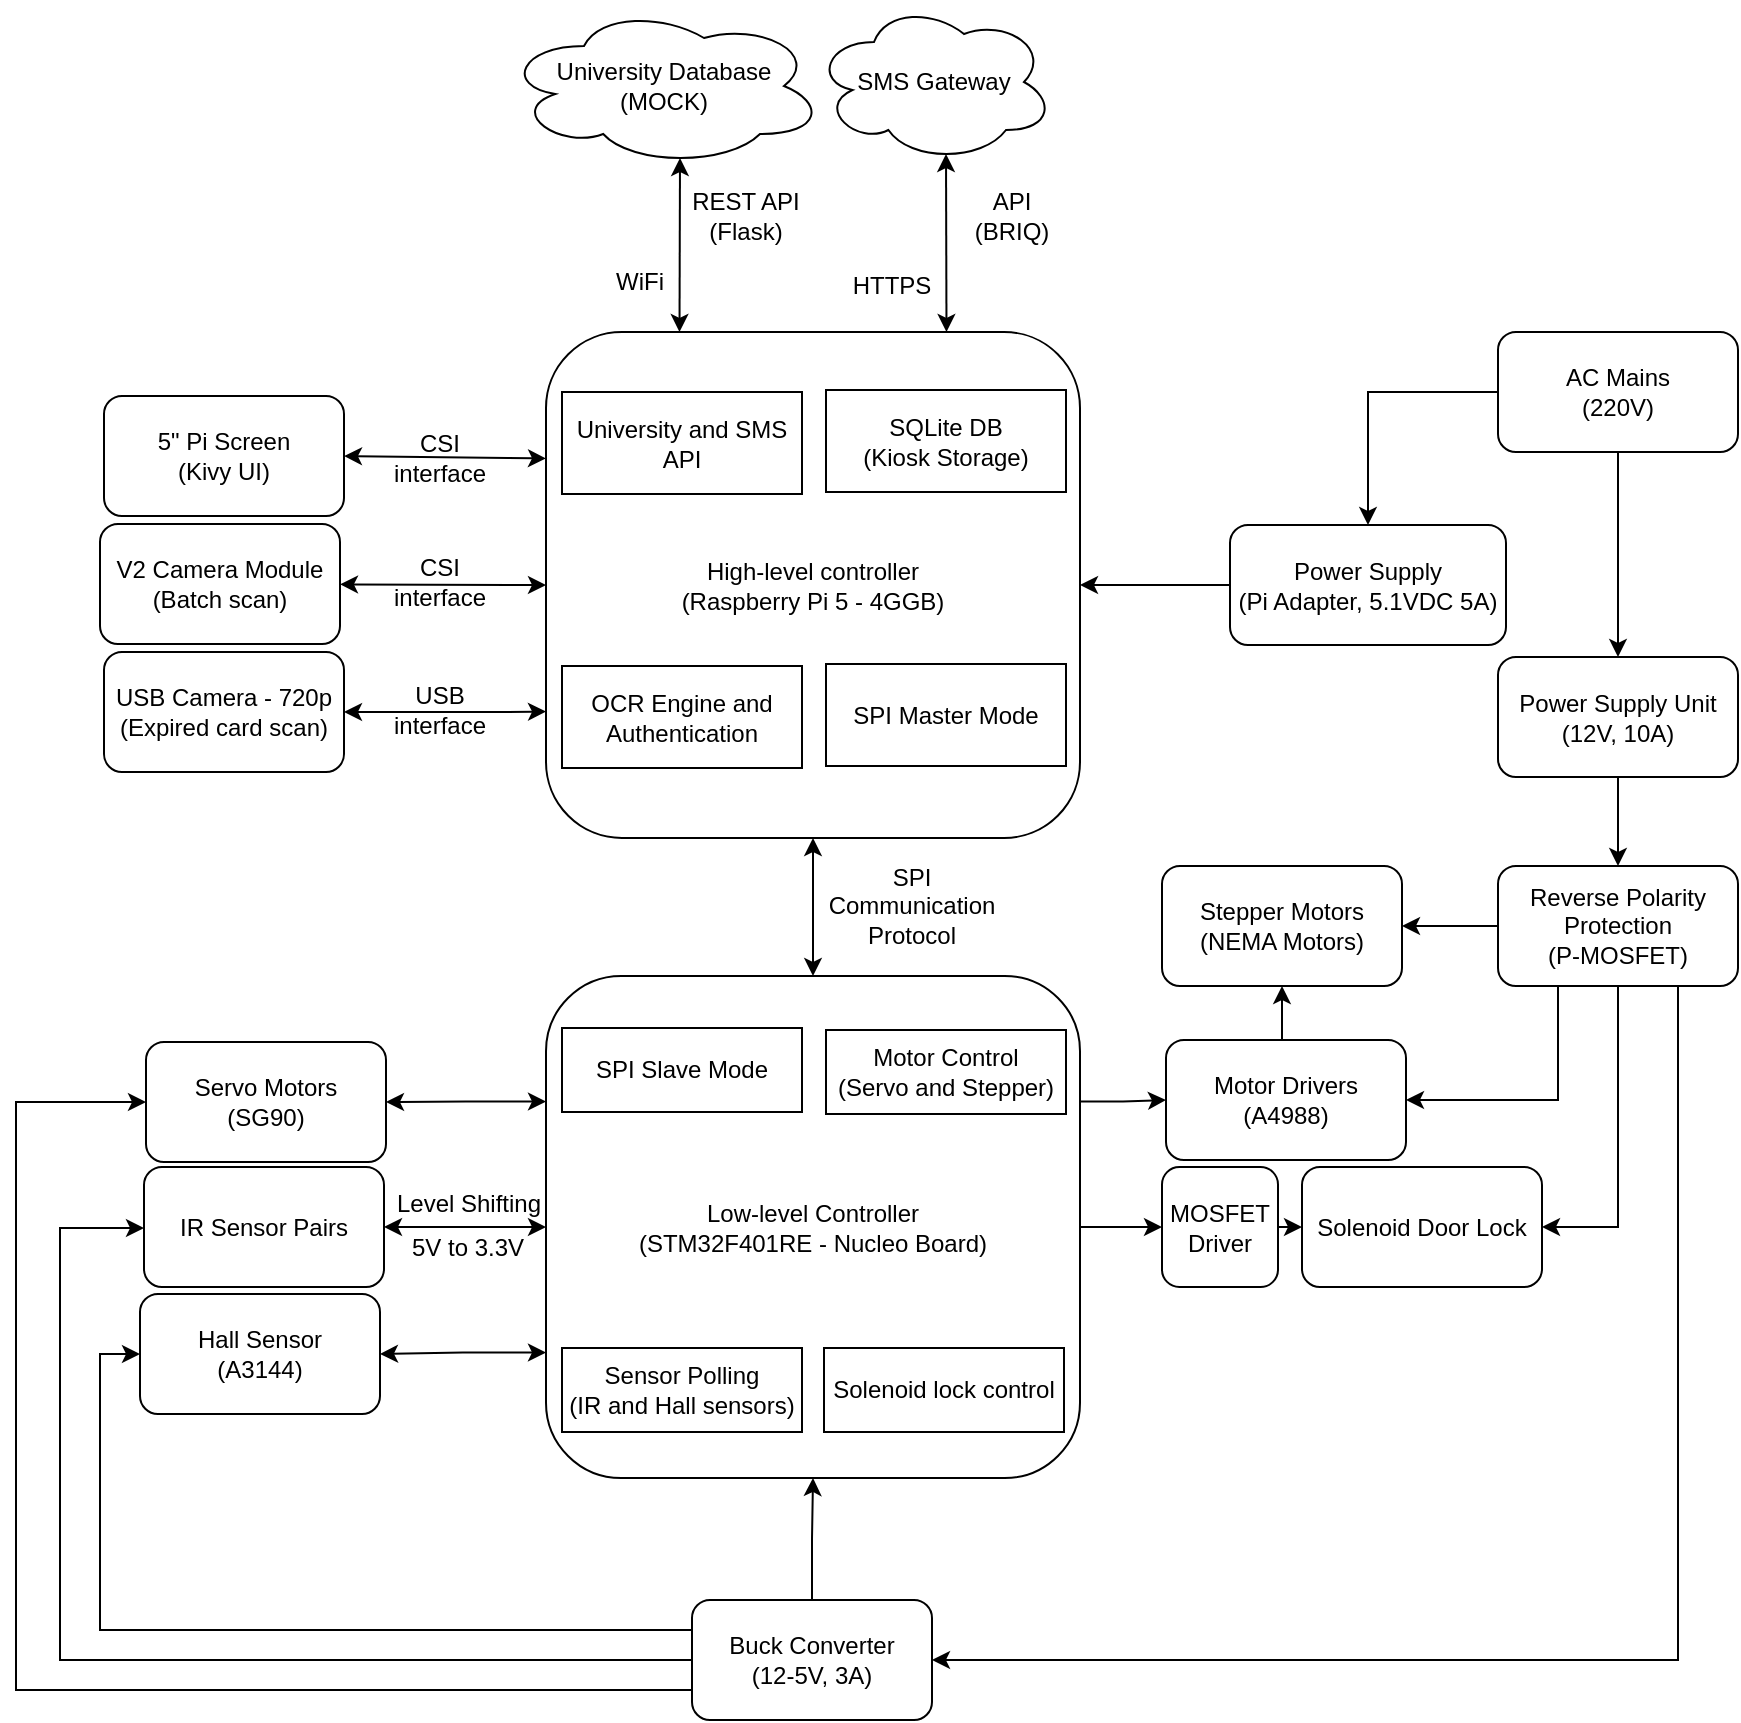
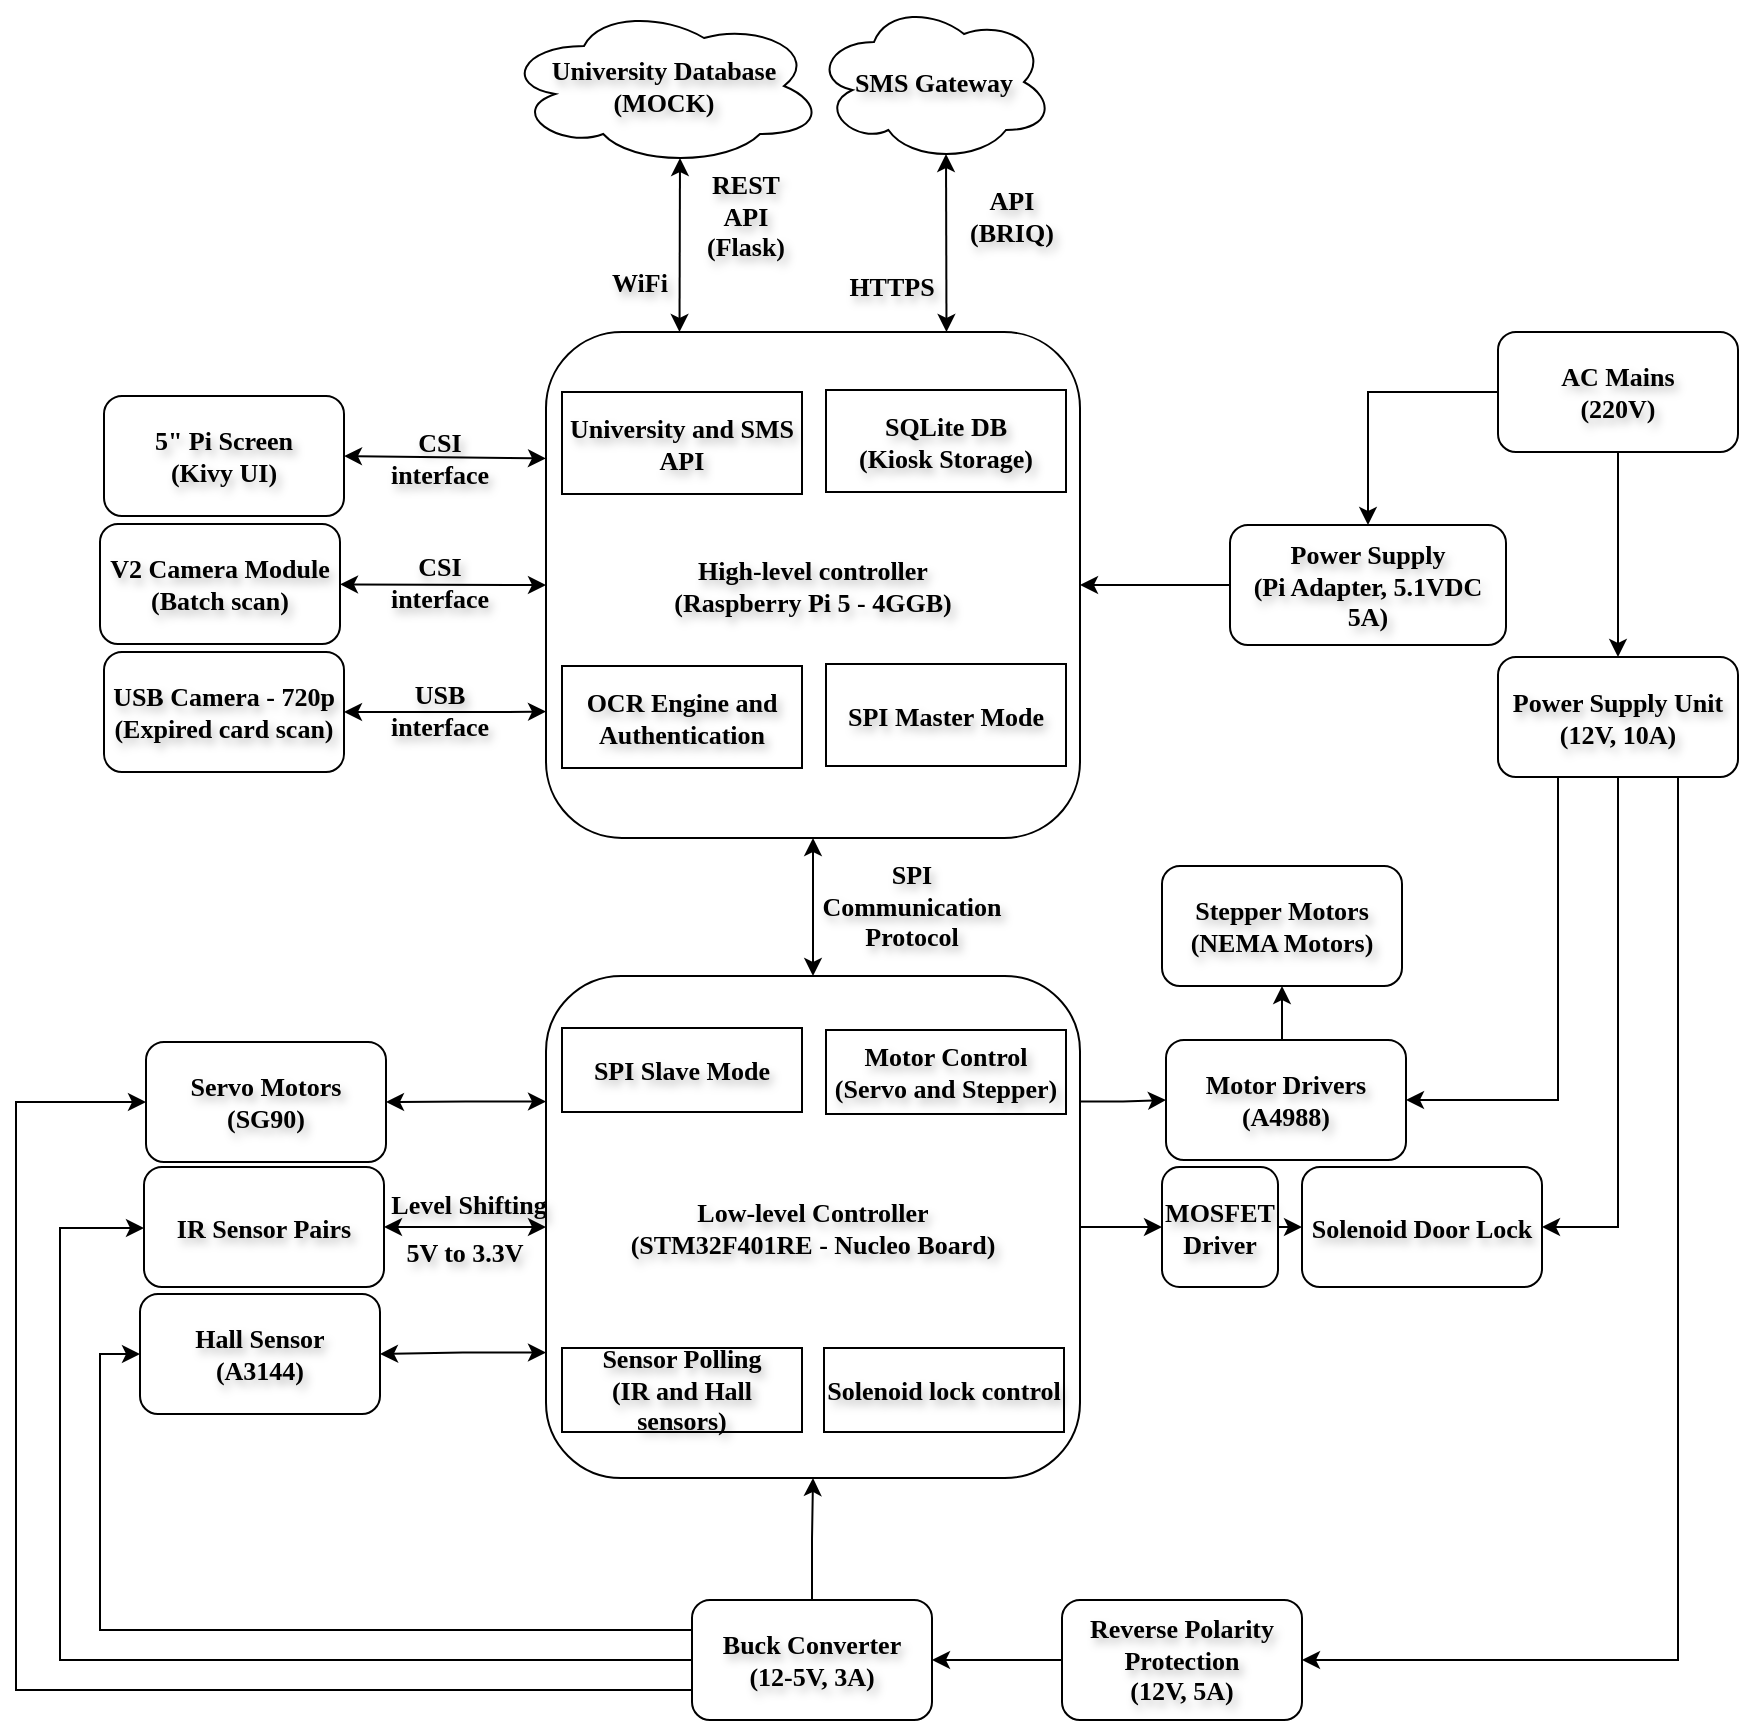
<mxfile host="app.diagrams.net" agent="Mozilla/5.0 (X11; Ubuntu; Linux x86_64; rv:149.0) Gecko/20100101 Firefox/149.0">
  <diagram name="Page-1" id="mYuc8prQHcMQJXzWvvm3">
-     <mxGraphModel dx="1488" dy="1664" grid="1" gridSize="1" guides="1" tooltips="1" connect="1" arrows="1" fold="1" page="1" pageScale="1" pageWidth="1169" pageHeight="827" math="0" shadow="0">
+     <mxGraphModel dx="1047" dy="1416" grid="1" gridSize="1" guides="1" tooltips="1" connect="1" arrows="1" fold="1" page="1" pageScale="1" pageWidth="1169" pageHeight="827" math="0" shadow="0">
      <root>
        <mxCell id="0" />
        <mxCell id="1" parent="0" />
-         <mxCell id="GvGBzjtlAZ09NPVF7C73-2" parent="1" style="whiteSpace=wrap;html=1;rounded=1;align=center;" value="&lt;div align=&quot;center&quot;&gt;High-level controller&lt;br&gt;&lt;div&gt;(Raspberry Pi 5 - 4GGB)&lt;/div&gt;&lt;/div&gt;" vertex="1">
+         <mxCell id="GvGBzjtlAZ09NPVF7C73-2" parent="1" style="whiteSpace=wrap;html=1;rounded=1;align=center;fontFamily=Times New Roman;fontStyle=1;fontSize=13;labelBackgroundColor=none;textShadow=1;" value="&lt;div align=&quot;center&quot;&gt;High-level controller&lt;br&gt;&lt;div&gt;(Raspberry Pi 5 - 4GGB)&lt;/div&gt;&lt;/div&gt;" vertex="1">
          <mxGeometry height="253" width="267" x="406.99999999999994" y="-406" as="geometry" />
        </mxCell>
-         <mxCell id="GvGBzjtlAZ09NPVF7C73-4" parent="1" style="ellipse;shape=cloud;whiteSpace=wrap;html=1;" value="University Database&lt;br&gt;(MOCK)" vertex="1">
+         <mxCell id="GvGBzjtlAZ09NPVF7C73-4" parent="1" style="ellipse;shape=cloud;whiteSpace=wrap;html=1;fontFamily=Times New Roman;fontStyle=1;fontSize=13;labelBackgroundColor=none;textShadow=1;" value="University Database&lt;br&gt;(MOCK)" vertex="1">
          <mxGeometry height="80" width="160" x="385.99999999999994" y="-569" as="geometry" />
        </mxCell>
-         <mxCell id="GvGBzjtlAZ09NPVF7C73-6" parent="1" style="text;html=1;whiteSpace=wrap;strokeColor=none;fillColor=none;align=center;verticalAlign=middle;rounded=0;" value="&lt;div&gt;REST API&lt;/div&gt;&lt;div&gt;(Flask)&lt;/div&gt;" vertex="1">
+         <mxCell id="GvGBzjtlAZ09NPVF7C73-6" parent="1" style="text;html=1;whiteSpace=wrap;strokeColor=none;fillColor=none;align=center;verticalAlign=middle;rounded=0;fontFamily=Times New Roman;fontStyle=1;fontSize=13;labelBackgroundColor=none;textShadow=1;" value="&lt;div&gt;REST API&lt;/div&gt;&lt;div&gt;(Flask)&lt;/div&gt;" vertex="1">
          <mxGeometry height="30" width="60" x="476.99999999999994" y="-479" as="geometry" />
        </mxCell>
-         <mxCell id="GvGBzjtlAZ09NPVF7C73-7" parent="1" style="text;html=1;whiteSpace=wrap;strokeColor=none;fillColor=none;align=center;verticalAlign=middle;rounded=0;" value="&lt;div&gt;WiFi&lt;/div&gt;" vertex="1">
+         <mxCell id="GvGBzjtlAZ09NPVF7C73-7" parent="1" style="text;html=1;whiteSpace=wrap;strokeColor=none;fillColor=none;align=center;verticalAlign=middle;rounded=0;fontFamily=Times New Roman;fontStyle=1;fontSize=13;labelBackgroundColor=none;textShadow=1;" value="&lt;div&gt;WiFi&lt;/div&gt;" vertex="1">
          <mxGeometry height="30" width="60" x="423.99999999999994" y="-446" as="geometry" />
        </mxCell>
-         <mxCell id="GvGBzjtlAZ09NPVF7C73-8" parent="1" style="rounded=1;whiteSpace=wrap;html=1;" value="&lt;div&gt;5&quot; Pi Screen&lt;/div&gt;&lt;div&gt;(Kivy UI)&lt;/div&gt;" vertex="1">
+         <mxCell id="GvGBzjtlAZ09NPVF7C73-8" parent="1" style="rounded=1;whiteSpace=wrap;html=1;fontFamily=Times New Roman;fontStyle=1;fontSize=13;labelBackgroundColor=none;textShadow=1;" value="&lt;div&gt;5&quot; Pi Screen&lt;/div&gt;&lt;div&gt;(Kivy UI)&lt;/div&gt;" vertex="1">
          <mxGeometry height="60" width="120" x="185.99999999999994" y="-374" as="geometry" />
        </mxCell>
-         <mxCell id="GvGBzjtlAZ09NPVF7C73-9" parent="1" style="rounded=1;whiteSpace=wrap;html=1;" value="V2 Camera Module&lt;br&gt;&lt;div&gt;(Batch scan)&lt;/div&gt;" vertex="1">
+         <mxCell id="GvGBzjtlAZ09NPVF7C73-9" parent="1" style="rounded=1;whiteSpace=wrap;html=1;fontFamily=Times New Roman;fontStyle=1;fontSize=13;labelBackgroundColor=none;textShadow=1;" value="V2 Camera Module&lt;br&gt;&lt;div&gt;(Batch scan)&lt;/div&gt;" vertex="1">
          <mxGeometry height="60" width="120" x="183.99999999999994" y="-310" as="geometry" />
        </mxCell>
-         <mxCell id="GvGBzjtlAZ09NPVF7C73-10" parent="1" style="rounded=1;whiteSpace=wrap;html=1;" value="&lt;div&gt;USB Camera - 720p&lt;/div&gt;&lt;div&gt;(Expired card scan)&lt;/div&gt;" vertex="1">
+         <mxCell id="GvGBzjtlAZ09NPVF7C73-10" parent="1" style="rounded=1;whiteSpace=wrap;html=1;fontFamily=Times New Roman;fontStyle=1;fontSize=13;labelBackgroundColor=none;textShadow=1;" value="&lt;div&gt;USB Camera - 720p&lt;/div&gt;&lt;div&gt;(Expired card scan)&lt;/div&gt;" vertex="1">
          <mxGeometry height="60" width="120" x="185.99999999999994" y="-246" as="geometry" />
        </mxCell>
-         <mxCell id="GvGBzjtlAZ09NPVF7C73-18" parent="1" style="text;html=1;whiteSpace=wrap;strokeColor=none;fillColor=none;align=center;verticalAlign=middle;rounded=0;" value="&lt;div&gt;USB interface&lt;/div&gt;" vertex="1">
+         <mxCell id="GvGBzjtlAZ09NPVF7C73-18" parent="1" style="text;html=1;whiteSpace=wrap;strokeColor=none;fillColor=none;align=center;verticalAlign=middle;rounded=0;fontFamily=Times New Roman;fontStyle=1;fontSize=13;labelBackgroundColor=none;textShadow=1;" value="&lt;div&gt;USB interface&lt;/div&gt;" vertex="1">
          <mxGeometry height="30" width="60" x="323.99999999999994" y="-232" as="geometry" />
        </mxCell>
-         <mxCell id="GvGBzjtlAZ09NPVF7C73-19" parent="1" style="text;html=1;whiteSpace=wrap;strokeColor=none;fillColor=none;align=center;verticalAlign=middle;rounded=0;" value="CSI interface" vertex="1">
+         <mxCell id="GvGBzjtlAZ09NPVF7C73-19" parent="1" style="text;html=1;whiteSpace=wrap;strokeColor=none;fillColor=none;align=center;verticalAlign=middle;rounded=0;fontFamily=Times New Roman;fontStyle=1;fontSize=13;labelBackgroundColor=none;textShadow=1;" value="CSI interface" vertex="1">
          <mxGeometry height="30" width="60" x="323.99999999999994" y="-358" as="geometry" />
        </mxCell>
-         <mxCell id="E5Vc4qlOW0jQJdsC6d3C-3" edge="1" parent="1" source="E5Vc4qlOW0jQJdsC6d3C-1" style="edgeStyle=orthogonalEdgeStyle;rounded=0;orthogonalLoop=1;jettySize=auto;html=1;exitX=0;exitY=0.5;exitDx=0;exitDy=0;entryX=1;entryY=0.5;entryDx=0;entryDy=0;" target="GvGBzjtlAZ09NPVF7C73-2">
-           <mxGeometry relative="1" as="geometry" />
-         </mxCell>
-         <mxCell id="E5Vc4qlOW0jQJdsC6d3C-1" parent="1" style="rounded=1;whiteSpace=wrap;html=1;" value="Power Supply&lt;br&gt;(Pi Adapter, 5.1VDC 5A)" vertex="1">
+         <mxCell id="E5Vc4qlOW0jQJdsC6d3C-3" edge="1" parent="1" source="E5Vc4qlOW0jQJdsC6d3C-1" style="edgeStyle=orthogonalEdgeStyle;rounded=0;orthogonalLoop=1;jettySize=auto;html=1;exitX=0;exitY=0.5;exitDx=0;exitDy=0;entryX=1;entryY=0.5;entryDx=0;entryDy=0;fontFamily=Times New Roman;fontStyle=1;fontSize=13;labelBackgroundColor=none;textShadow=1;" target="GvGBzjtlAZ09NPVF7C73-2">
+           <mxGeometry relative="1" as="geometry" />
+         </mxCell>
+         <mxCell id="E5Vc4qlOW0jQJdsC6d3C-1" parent="1" style="rounded=1;whiteSpace=wrap;html=1;fontFamily=Times New Roman;fontStyle=1;fontSize=13;labelBackgroundColor=none;textShadow=1;" value="Power Supply&lt;br&gt;(Pi Adapter, 5.1VDC 5A)" vertex="1">
          <mxGeometry height="60" width="138" x="749" y="-309.5" as="geometry" />
        </mxCell>
-         <mxCell id="E5Vc4qlOW0jQJdsC6d3C-12" edge="1" parent="1" source="GvGBzjtlAZ09NPVF7C73-9" style="endArrow=classic;startArrow=classic;html=1;rounded=0;entryX=0;entryY=0.5;entryDx=0;entryDy=0;" target="GvGBzjtlAZ09NPVF7C73-2" value="">
+         <mxCell id="E5Vc4qlOW0jQJdsC6d3C-12" edge="1" parent="1" source="GvGBzjtlAZ09NPVF7C73-9" style="endArrow=classic;startArrow=classic;html=1;rounded=0;entryX=0;entryY=0.5;entryDx=0;entryDy=0;fontFamily=Times New Roman;fontStyle=1;fontSize=13;labelBackgroundColor=none;textShadow=1;" target="GvGBzjtlAZ09NPVF7C73-2" value="">
          <mxGeometry height="50" relative="1" width="50" as="geometry">
            <mxPoint x="370.99999999999994" y="-279.77272727272725" as="sourcePoint" />
            <mxPoint x="378.99999999999994" y="-309" as="targetPoint" />
          </mxGeometry>
        </mxCell>
-         <mxCell id="E5Vc4qlOW0jQJdsC6d3C-14" edge="1" parent="1" source="GvGBzjtlAZ09NPVF7C73-8" style="endArrow=classic;startArrow=classic;html=1;rounded=0;entryX=0;entryY=0.25;entryDx=0;entryDy=0;exitX=1;exitY=0.5;exitDx=0;exitDy=0;" target="GvGBzjtlAZ09NPVF7C73-2" value="">
+         <mxCell id="E5Vc4qlOW0jQJdsC6d3C-14" edge="1" parent="1" source="GvGBzjtlAZ09NPVF7C73-8" style="endArrow=classic;startArrow=classic;html=1;rounded=0;entryX=0;entryY=0.25;entryDx=0;entryDy=0;exitX=1;exitY=0.5;exitDx=0;exitDy=0;fontFamily=Times New Roman;fontStyle=1;fontSize=13;labelBackgroundColor=none;textShadow=1;" target="GvGBzjtlAZ09NPVF7C73-2" value="">
          <mxGeometry height="50" relative="1" width="50" as="geometry">
            <Array as="points">
              <mxPoint x="387.99999999999994" y="-343" />
            </Array>
            <mxPoint x="336.99999999999994" y="-303" as="sourcePoint" />
            <mxPoint x="386.99999999999994" y="-353" as="targetPoint" />
          </mxGeometry>
        </mxCell>
-         <mxCell id="E5Vc4qlOW0jQJdsC6d3C-17" parent="1" style="text;html=1;whiteSpace=wrap;strokeColor=none;fillColor=none;align=center;verticalAlign=middle;rounded=0;" value="CSI interface" vertex="1">
+         <mxCell id="E5Vc4qlOW0jQJdsC6d3C-17" parent="1" style="text;html=1;whiteSpace=wrap;strokeColor=none;fillColor=none;align=center;verticalAlign=middle;rounded=0;fontFamily=Times New Roman;fontStyle=1;fontSize=13;labelBackgroundColor=none;textShadow=1;" value="CSI interface" vertex="1">
          <mxGeometry height="30" width="60" x="323.99999999999994" y="-296" as="geometry" />
        </mxCell>
-         <mxCell id="E5Vc4qlOW0jQJdsC6d3C-18" edge="1" parent="1" source="GvGBzjtlAZ09NPVF7C73-10" style="endArrow=classic;startArrow=classic;html=1;rounded=0;entryX=0;entryY=0.75;entryDx=0;entryDy=0;exitX=1;exitY=0.5;exitDx=0;exitDy=0;" target="GvGBzjtlAZ09NPVF7C73-2" value="">
+         <mxCell id="E5Vc4qlOW0jQJdsC6d3C-18" edge="1" parent="1" source="GvGBzjtlAZ09NPVF7C73-10" style="endArrow=classic;startArrow=classic;html=1;rounded=0;entryX=0;entryY=0.75;entryDx=0;entryDy=0;exitX=1;exitY=0.5;exitDx=0;exitDy=0;fontFamily=Times New Roman;fontStyle=1;fontSize=13;labelBackgroundColor=none;textShadow=1;" target="GvGBzjtlAZ09NPVF7C73-2" value="">
          <mxGeometry height="50" relative="1" width="50" as="geometry">
            <Array as="points">
              <mxPoint x="386.99999999999994" y="-216" />
            </Array>
            <mxPoint x="316.99999999999994" y="-155" as="sourcePoint" />
            <mxPoint x="366.99999999999994" y="-205" as="targetPoint" />
          </mxGeometry>
        </mxCell>
-         <mxCell id="E5Vc4qlOW0jQJdsC6d3C-19" parent="1" style="rounded=0;whiteSpace=wrap;html=1;" value="SPI Master Mode" vertex="1">
+         <mxCell id="E5Vc4qlOW0jQJdsC6d3C-19" parent="1" style="rounded=0;whiteSpace=wrap;html=1;fontFamily=Times New Roman;fontStyle=1;fontSize=13;labelBackgroundColor=none;textShadow=1;" value="SPI Master Mode" vertex="1">
          <mxGeometry height="51" width="120" x="547" y="-240" as="geometry" />
        </mxCell>
-         <mxCell id="E5Vc4qlOW0jQJdsC6d3C-20" parent="1" style="rounded=0;whiteSpace=wrap;html=1;" value="SQLite DB&lt;br&gt;&lt;div&gt;(Kiosk Storage)&lt;/div&gt;" vertex="1">
+         <mxCell id="E5Vc4qlOW0jQJdsC6d3C-20" parent="1" style="rounded=0;whiteSpace=wrap;html=1;fontFamily=Times New Roman;fontStyle=1;fontSize=13;labelBackgroundColor=none;textShadow=1;" value="SQLite DB&lt;br&gt;&lt;div&gt;(Kiosk Storage)&lt;/div&gt;" vertex="1">
          <mxGeometry height="51" width="120" x="547" y="-377" as="geometry" />
        </mxCell>
-         <mxCell id="E5Vc4qlOW0jQJdsC6d3C-21" parent="1" style="rounded=0;whiteSpace=wrap;html=1;" value="OCR Engine and Authentication" vertex="1">
+         <mxCell id="E5Vc4qlOW0jQJdsC6d3C-21" parent="1" style="rounded=0;whiteSpace=wrap;html=1;fontFamily=Times New Roman;fontStyle=1;fontSize=13;labelBackgroundColor=none;textShadow=1;" value="OCR Engine and Authentication" vertex="1">
          <mxGeometry height="51" width="120" x="414.99999999999994" y="-239" as="geometry" />
        </mxCell>
-         <mxCell id="E5Vc4qlOW0jQJdsC6d3C-22" parent="1" style="rounded=0;whiteSpace=wrap;html=1;" value="University and SMS API" vertex="1">
+         <mxCell id="E5Vc4qlOW0jQJdsC6d3C-22" parent="1" style="rounded=0;whiteSpace=wrap;html=1;fontFamily=Times New Roman;fontStyle=1;fontSize=13;labelBackgroundColor=none;textShadow=1;" value="University and SMS API" vertex="1">
          <mxGeometry height="51" width="120" x="414.99999999999994" y="-376" as="geometry" />
        </mxCell>
-         <mxCell id="3yzsLYypy8BireBofEtp-2" edge="1" parent="1" source="E5Vc4qlOW0jQJdsC6d3C-23" style="edgeStyle=orthogonalEdgeStyle;rounded=0;orthogonalLoop=1;jettySize=auto;html=1;" target="3yzsLYypy8BireBofEtp-1" value="">
-           <mxGeometry relative="1" as="geometry" />
-         </mxCell>
-         <mxCell id="E5Vc4qlOW0jQJdsC6d3C-23" parent="1" style="rounded=1;whiteSpace=wrap;html=1;" value="Power Supply Unit&lt;br&gt;&lt;div&gt;(12V, 10A)&lt;/div&gt;" vertex="1">
+         <mxCell id="DyQRGeZsXbvgGfZXNQhn-1" edge="1" parent="1" source="E5Vc4qlOW0jQJdsC6d3C-23" style="edgeStyle=orthogonalEdgeStyle;rounded=0;orthogonalLoop=1;jettySize=auto;html=1;exitX=0.25;exitY=1;exitDx=0;exitDy=0;entryX=1;entryY=0.5;entryDx=0;entryDy=0;fontFamily=Times New Roman;fontStyle=1;fontSize=13;labelBackgroundColor=none;textShadow=1;" target="ub_tx6bPQbAAc2E0zEvq-21">
+           <mxGeometry relative="1" as="geometry" />
+         </mxCell>
+         <mxCell id="DyQRGeZsXbvgGfZXNQhn-2" edge="1" parent="1" source="E5Vc4qlOW0jQJdsC6d3C-23" style="edgeStyle=orthogonalEdgeStyle;rounded=0;orthogonalLoop=1;jettySize=auto;html=1;exitX=0.5;exitY=1;exitDx=0;exitDy=0;entryX=1;entryY=0.5;entryDx=0;entryDy=0;fontFamily=Times New Roman;fontStyle=1;fontSize=13;labelBackgroundColor=none;textShadow=1;" target="ub_tx6bPQbAAc2E0zEvq-20">
+           <mxGeometry relative="1" as="geometry" />
+         </mxCell>
+         <mxCell id="DyQRGeZsXbvgGfZXNQhn-3" edge="1" parent="1" source="E5Vc4qlOW0jQJdsC6d3C-23" style="edgeStyle=orthogonalEdgeStyle;rounded=0;orthogonalLoop=1;jettySize=auto;html=1;exitX=0.75;exitY=1;exitDx=0;exitDy=0;entryX=1;entryY=0.5;entryDx=0;entryDy=0;fontFamily=Times New Roman;fontStyle=1;fontSize=13;labelBackgroundColor=none;textShadow=1;" target="3yzsLYypy8BireBofEtp-1">
+           <mxGeometry relative="1" as="geometry" />
+         </mxCell>
+         <mxCell id="E5Vc4qlOW0jQJdsC6d3C-23" parent="1" style="rounded=1;whiteSpace=wrap;html=1;fontFamily=Times New Roman;fontStyle=1;fontSize=13;labelBackgroundColor=none;textShadow=1;" value="Power Supply Unit&lt;br&gt;&lt;div&gt;(12V, 10A)&lt;/div&gt;" vertex="1">
          <mxGeometry height="60" width="120" x="883" y="-243.5" as="geometry" />
        </mxCell>
-         <mxCell id="ub_tx6bPQbAAc2E0zEvq-41" edge="1" parent="1" source="E5Vc4qlOW0jQJdsC6d3C-24" style="edgeStyle=orthogonalEdgeStyle;rounded=0;orthogonalLoop=1;jettySize=auto;html=1;exitX=0.5;exitY=0;exitDx=0;exitDy=0;entryX=0.5;entryY=1;entryDx=0;entryDy=0;" target="E5Vc4qlOW0jQJdsC6d3C-26">
-           <mxGeometry relative="1" as="geometry" />
-         </mxCell>
-         <mxCell id="E5Vc4qlOW0jQJdsC6d3C-24" parent="1" style="rounded=1;whiteSpace=wrap;html=1;" value="Buck Converter&lt;br&gt;(12-5V, 3A)" vertex="1">
+         <mxCell id="ub_tx6bPQbAAc2E0zEvq-41" edge="1" parent="1" source="E5Vc4qlOW0jQJdsC6d3C-24" style="edgeStyle=orthogonalEdgeStyle;rounded=0;orthogonalLoop=1;jettySize=auto;html=1;exitX=0.5;exitY=0;exitDx=0;exitDy=0;entryX=0.5;entryY=1;entryDx=0;entryDy=0;fontFamily=Times New Roman;fontStyle=1;fontSize=13;labelBackgroundColor=none;textShadow=1;" target="E5Vc4qlOW0jQJdsC6d3C-26">
+           <mxGeometry relative="1" as="geometry" />
+         </mxCell>
+         <mxCell id="E5Vc4qlOW0jQJdsC6d3C-24" parent="1" style="rounded=1;whiteSpace=wrap;html=1;fontFamily=Times New Roman;fontStyle=1;fontSize=13;labelBackgroundColor=none;textShadow=1;" value="Buck Converter&lt;br&gt;(12-5V, 3A)" vertex="1">
          <mxGeometry height="60" width="120" x="479.99999999999994" y="228" as="geometry" />
        </mxCell>
-         <mxCell id="ub_tx6bPQbAAc2E0zEvq-24" edge="1" parent="1" source="E5Vc4qlOW0jQJdsC6d3C-26" style="edgeStyle=orthogonalEdgeStyle;rounded=0;orthogonalLoop=1;jettySize=auto;html=1;exitX=1;exitY=0.25;exitDx=0;exitDy=0;entryX=0;entryY=0.5;entryDx=0;entryDy=0;" target="ub_tx6bPQbAAc2E0zEvq-21">
-           <mxGeometry relative="1" as="geometry" />
-         </mxCell>
-         <mxCell id="ub_tx6bPQbAAc2E0zEvq-46" edge="1" parent="1" source="E5Vc4qlOW0jQJdsC6d3C-26" style="edgeStyle=orthogonalEdgeStyle;rounded=0;orthogonalLoop=1;jettySize=auto;html=1;exitX=0;exitY=0.5;exitDx=0;exitDy=0;startArrow=classic;startFill=1;" target="ub_tx6bPQbAAc2E0zEvq-32">
-           <mxGeometry relative="1" as="geometry" />
-         </mxCell>
-         <mxCell id="ub_tx6bPQbAAc2E0zEvq-48" edge="1" parent="1" source="E5Vc4qlOW0jQJdsC6d3C-26" style="edgeStyle=orthogonalEdgeStyle;rounded=0;orthogonalLoop=1;jettySize=auto;html=1;exitX=0;exitY=0.25;exitDx=0;exitDy=0;entryX=1;entryY=0.5;entryDx=0;entryDy=0;startArrow=classic;startFill=1;" target="ub_tx6bPQbAAc2E0zEvq-30">
-           <mxGeometry relative="1" as="geometry" />
-         </mxCell>
-         <mxCell id="ub_tx6bPQbAAc2E0zEvq-49" edge="1" parent="1" source="E5Vc4qlOW0jQJdsC6d3C-26" style="edgeStyle=orthogonalEdgeStyle;rounded=0;orthogonalLoop=1;jettySize=auto;html=1;exitX=0;exitY=0.75;exitDx=0;exitDy=0;entryX=1;entryY=0.5;entryDx=0;entryDy=0;startArrow=classic;startFill=1;" target="ub_tx6bPQbAAc2E0zEvq-31">
-           <mxGeometry relative="1" as="geometry" />
-         </mxCell>
-         <mxCell id="LeAnnW7A5j2esEQeNNGv-4" edge="1" parent="1" source="E5Vc4qlOW0jQJdsC6d3C-26" style="edgeStyle=orthogonalEdgeStyle;rounded=0;orthogonalLoop=1;jettySize=auto;html=1;exitX=1;exitY=0.5;exitDx=0;exitDy=0;entryX=0;entryY=0.5;entryDx=0;entryDy=0;" target="LeAnnW7A5j2esEQeNNGv-3">
-           <mxGeometry relative="1" as="geometry" />
-         </mxCell>
-         <mxCell id="E5Vc4qlOW0jQJdsC6d3C-26" parent="1" style="rounded=1;whiteSpace=wrap;html=1;" value="&lt;div&gt;Low-level Controller&lt;/div&gt;(STM32F401RE - Nucleo Board)" vertex="1">
+         <mxCell id="ub_tx6bPQbAAc2E0zEvq-24" edge="1" parent="1" source="E5Vc4qlOW0jQJdsC6d3C-26" style="edgeStyle=orthogonalEdgeStyle;rounded=0;orthogonalLoop=1;jettySize=auto;html=1;exitX=1;exitY=0.25;exitDx=0;exitDy=0;entryX=0;entryY=0.5;entryDx=0;entryDy=0;fontFamily=Times New Roman;fontStyle=1;fontSize=13;labelBackgroundColor=none;textShadow=1;" target="ub_tx6bPQbAAc2E0zEvq-21">
+           <mxGeometry relative="1" as="geometry" />
+         </mxCell>
+         <mxCell id="ub_tx6bPQbAAc2E0zEvq-46" edge="1" parent="1" source="E5Vc4qlOW0jQJdsC6d3C-26" style="edgeStyle=orthogonalEdgeStyle;rounded=0;orthogonalLoop=1;jettySize=auto;html=1;exitX=0;exitY=0.5;exitDx=0;exitDy=0;startArrow=classic;startFill=1;fontFamily=Times New Roman;fontStyle=1;fontSize=13;labelBackgroundColor=none;textShadow=1;" target="ub_tx6bPQbAAc2E0zEvq-32">
+           <mxGeometry relative="1" as="geometry" />
+         </mxCell>
+         <mxCell id="ub_tx6bPQbAAc2E0zEvq-48" edge="1" parent="1" source="E5Vc4qlOW0jQJdsC6d3C-26" style="edgeStyle=orthogonalEdgeStyle;rounded=0;orthogonalLoop=1;jettySize=auto;html=1;exitX=0;exitY=0.25;exitDx=0;exitDy=0;entryX=1;entryY=0.5;entryDx=0;entryDy=0;startArrow=classic;startFill=1;fontFamily=Times New Roman;fontStyle=1;fontSize=13;labelBackgroundColor=none;textShadow=1;" target="ub_tx6bPQbAAc2E0zEvq-30">
+           <mxGeometry relative="1" as="geometry" />
+         </mxCell>
+         <mxCell id="ub_tx6bPQbAAc2E0zEvq-49" edge="1" parent="1" source="E5Vc4qlOW0jQJdsC6d3C-26" style="edgeStyle=orthogonalEdgeStyle;rounded=0;orthogonalLoop=1;jettySize=auto;html=1;exitX=0;exitY=0.75;exitDx=0;exitDy=0;entryX=1;entryY=0.5;entryDx=0;entryDy=0;startArrow=classic;startFill=1;fontFamily=Times New Roman;fontStyle=1;fontSize=13;labelBackgroundColor=none;textShadow=1;" target="ub_tx6bPQbAAc2E0zEvq-31">
+           <mxGeometry relative="1" as="geometry" />
+         </mxCell>
+         <mxCell id="LeAnnW7A5j2esEQeNNGv-4" edge="1" parent="1" source="E5Vc4qlOW0jQJdsC6d3C-26" style="edgeStyle=orthogonalEdgeStyle;rounded=0;orthogonalLoop=1;jettySize=auto;html=1;exitX=1;exitY=0.5;exitDx=0;exitDy=0;entryX=0;entryY=0.5;entryDx=0;entryDy=0;fontFamily=Times New Roman;fontStyle=1;fontSize=13;labelBackgroundColor=none;textShadow=1;" target="LeAnnW7A5j2esEQeNNGv-3">
+           <mxGeometry relative="1" as="geometry" />
+         </mxCell>
+         <mxCell id="E5Vc4qlOW0jQJdsC6d3C-26" parent="1" style="rounded=1;whiteSpace=wrap;html=1;fontFamily=Times New Roman;fontStyle=1;fontSize=13;labelBackgroundColor=none;textShadow=1;" value="&lt;div&gt;Low-level Controller&lt;/div&gt;(STM32F401RE - Nucleo Board)" vertex="1">
          <mxGeometry height="251" width="267" x="406.99999999999994" y="-84" as="geometry" />
        </mxCell>
-         <mxCell id="E5Vc4qlOW0jQJdsC6d3C-27" edge="1" parent="1" source="E5Vc4qlOW0jQJdsC6d3C-26" style="endArrow=classic;startArrow=classic;html=1;rounded=0;entryX=0.5;entryY=1;entryDx=0;entryDy=0;exitX=0.5;exitY=0;exitDx=0;exitDy=0;" target="GvGBzjtlAZ09NPVF7C73-2" value="">
+         <mxCell id="E5Vc4qlOW0jQJdsC6d3C-27" edge="1" parent="1" source="E5Vc4qlOW0jQJdsC6d3C-26" style="endArrow=classic;startArrow=classic;html=1;rounded=0;entryX=0.5;entryY=1;entryDx=0;entryDy=0;exitX=0.5;exitY=0;exitDx=0;exitDy=0;fontFamily=Times New Roman;fontStyle=1;fontSize=13;labelBackgroundColor=none;textShadow=1;" target="GvGBzjtlAZ09NPVF7C73-2" value="">
          <mxGeometry height="50" relative="1" width="50" as="geometry">
            <mxPoint x="473.99999999999994" y="-96" as="sourcePoint" />
            <mxPoint x="524" y="-146" as="targetPoint" />
          </mxGeometry>
        </mxCell>
-         <mxCell id="E5Vc4qlOW0jQJdsC6d3C-28" parent="1" style="text;html=1;whiteSpace=wrap;strokeColor=none;fillColor=none;align=center;verticalAlign=middle;rounded=0;" value="&lt;div&gt;SPI Communication&lt;/div&gt;&lt;div&gt;Protocol&lt;/div&gt;" vertex="1">
+         <mxCell id="E5Vc4qlOW0jQJdsC6d3C-28" parent="1" style="text;html=1;whiteSpace=wrap;strokeColor=none;fillColor=none;align=center;verticalAlign=middle;rounded=0;fontFamily=Times New Roman;fontStyle=1;fontSize=13;labelBackgroundColor=none;textShadow=1;" value="&lt;div&gt;SPI Communication&lt;/div&gt;&lt;div&gt;Protocol&lt;/div&gt;" vertex="1">
          <mxGeometry height="48" width="88" x="546" y="-143" as="geometry" />
        </mxCell>
-         <mxCell id="ub_tx6bPQbAAc2E0zEvq-1" parent="1" style="ellipse;shape=cloud;whiteSpace=wrap;html=1;" value="&lt;div&gt;SMS Gateway&lt;/div&gt;" vertex="1">
+         <mxCell id="ub_tx6bPQbAAc2E0zEvq-1" parent="1" style="ellipse;shape=cloud;whiteSpace=wrap;html=1;fontFamily=Times New Roman;fontStyle=1;fontSize=13;labelBackgroundColor=none;textShadow=1;" value="&lt;div&gt;SMS Gateway&lt;/div&gt;" vertex="1">
          <mxGeometry height="80" width="120" x="541" y="-571" as="geometry" />
        </mxCell>
-         <mxCell id="ub_tx6bPQbAAc2E0zEvq-6" edge="1" parent="1" source="GvGBzjtlAZ09NPVF7C73-2" style="endArrow=classic;startArrow=classic;html=1;rounded=0;entryX=0.55;entryY=0.95;entryDx=0;entryDy=0;entryPerimeter=0;exitX=0.25;exitY=0;exitDx=0;exitDy=0;" target="GvGBzjtlAZ09NPVF7C73-4" value="">
+         <mxCell id="ub_tx6bPQbAAc2E0zEvq-6" edge="1" parent="1" source="GvGBzjtlAZ09NPVF7C73-2" style="endArrow=classic;startArrow=classic;html=1;rounded=0;entryX=0.55;entryY=0.95;entryDx=0;entryDy=0;entryPerimeter=0;exitX=0.25;exitY=0;exitDx=0;exitDy=0;fontFamily=Times New Roman;fontStyle=1;fontSize=13;labelBackgroundColor=none;textShadow=1;" target="GvGBzjtlAZ09NPVF7C73-4" value="">
          <mxGeometry height="50" relative="1" width="50" as="geometry">
            <mxPoint x="420.99999999999994" y="-392" as="sourcePoint" />
            <mxPoint x="470.99999999999994" y="-442" as="targetPoint" />
          </mxGeometry>
        </mxCell>
-         <mxCell id="ub_tx6bPQbAAc2E0zEvq-7" edge="1" parent="1" source="GvGBzjtlAZ09NPVF7C73-2" style="endArrow=classic;startArrow=classic;html=1;rounded=0;entryX=0.55;entryY=0.95;entryDx=0;entryDy=0;entryPerimeter=0;exitX=0.75;exitY=0;exitDx=0;exitDy=0;" target="ub_tx6bPQbAAc2E0zEvq-1" value="">
+         <mxCell id="ub_tx6bPQbAAc2E0zEvq-7" edge="1" parent="1" source="GvGBzjtlAZ09NPVF7C73-2" style="endArrow=classic;startArrow=classic;html=1;rounded=0;entryX=0.55;entryY=0.95;entryDx=0;entryDy=0;entryPerimeter=0;exitX=0.75;exitY=0;exitDx=0;exitDy=0;fontFamily=Times New Roman;fontStyle=1;fontSize=13;labelBackgroundColor=none;textShadow=1;" target="ub_tx6bPQbAAc2E0zEvq-1" value="">
          <mxGeometry height="50" relative="1" width="50" as="geometry">
            <mxPoint x="664" y="-374" as="sourcePoint" />
            <mxPoint x="664" y="-461" as="targetPoint" />
          </mxGeometry>
        </mxCell>
-         <mxCell id="ub_tx6bPQbAAc2E0zEvq-8" parent="1" style="text;html=1;whiteSpace=wrap;strokeColor=none;fillColor=none;align=center;verticalAlign=middle;rounded=0;" value="&lt;div&gt;API&lt;/div&gt;&lt;div&gt;(BRIQ)&lt;/div&gt;" vertex="1">
+         <mxCell id="ub_tx6bPQbAAc2E0zEvq-8" parent="1" style="text;html=1;whiteSpace=wrap;strokeColor=none;fillColor=none;align=center;verticalAlign=middle;rounded=0;fontFamily=Times New Roman;fontStyle=1;fontSize=13;labelBackgroundColor=none;textShadow=1;" value="&lt;div&gt;API&lt;/div&gt;&lt;div&gt;(BRIQ)&lt;/div&gt;" vertex="1">
          <mxGeometry height="30" width="60" x="610" y="-479" as="geometry" />
        </mxCell>
-         <mxCell id="ub_tx6bPQbAAc2E0zEvq-33" edge="1" parent="1" source="ub_tx6bPQbAAc2E0zEvq-10" style="edgeStyle=orthogonalEdgeStyle;rounded=0;orthogonalLoop=1;jettySize=auto;html=1;exitX=0.5;exitY=1;exitDx=0;exitDy=0;entryX=0.5;entryY=0;entryDx=0;entryDy=0;" target="E5Vc4qlOW0jQJdsC6d3C-23">
-           <mxGeometry relative="1" as="geometry" />
-         </mxCell>
-         <mxCell id="ub_tx6bPQbAAc2E0zEvq-34" edge="1" parent="1" source="ub_tx6bPQbAAc2E0zEvq-10" style="edgeStyle=orthogonalEdgeStyle;rounded=0;orthogonalLoop=1;jettySize=auto;html=1;exitX=0;exitY=0.5;exitDx=0;exitDy=0;" target="E5Vc4qlOW0jQJdsC6d3C-1">
-           <mxGeometry relative="1" as="geometry" />
-         </mxCell>
-         <mxCell id="ub_tx6bPQbAAc2E0zEvq-10" parent="1" style="rounded=1;whiteSpace=wrap;html=1;" value="&lt;div&gt;AC Mains&lt;/div&gt;&lt;div&gt;(220V)&lt;/div&gt;" vertex="1">
+         <mxCell id="ub_tx6bPQbAAc2E0zEvq-33" edge="1" parent="1" source="ub_tx6bPQbAAc2E0zEvq-10" style="edgeStyle=orthogonalEdgeStyle;rounded=0;orthogonalLoop=1;jettySize=auto;html=1;exitX=0.5;exitY=1;exitDx=0;exitDy=0;entryX=0.5;entryY=0;entryDx=0;entryDy=0;fontFamily=Times New Roman;fontStyle=1;fontSize=13;labelBackgroundColor=none;textShadow=1;" target="E5Vc4qlOW0jQJdsC6d3C-23">
+           <mxGeometry relative="1" as="geometry" />
+         </mxCell>
+         <mxCell id="ub_tx6bPQbAAc2E0zEvq-34" edge="1" parent="1" source="ub_tx6bPQbAAc2E0zEvq-10" style="edgeStyle=orthogonalEdgeStyle;rounded=0;orthogonalLoop=1;jettySize=auto;html=1;exitX=0;exitY=0.5;exitDx=0;exitDy=0;fontFamily=Times New Roman;fontStyle=1;fontSize=13;labelBackgroundColor=none;textShadow=1;" target="E5Vc4qlOW0jQJdsC6d3C-1">
+           <mxGeometry relative="1" as="geometry" />
+         </mxCell>
+         <mxCell id="ub_tx6bPQbAAc2E0zEvq-10" parent="1" style="rounded=1;whiteSpace=wrap;html=1;fontFamily=Times New Roman;fontStyle=1;fontSize=13;labelBackgroundColor=none;textShadow=1;" value="&lt;div&gt;AC Mains&lt;/div&gt;&lt;div&gt;(220V)&lt;/div&gt;" vertex="1">
          <mxGeometry height="60" width="120" x="883" y="-406" as="geometry" />
        </mxCell>
-         <mxCell id="ub_tx6bPQbAAc2E0zEvq-13" parent="1" style="text;html=1;whiteSpace=wrap;strokeColor=none;fillColor=none;align=center;verticalAlign=middle;rounded=0;" value="HTTPS" vertex="1">
+         <mxCell id="ub_tx6bPQbAAc2E0zEvq-13" parent="1" style="text;html=1;whiteSpace=wrap;strokeColor=none;fillColor=none;align=center;verticalAlign=middle;rounded=0;fontFamily=Times New Roman;fontStyle=1;fontSize=13;labelBackgroundColor=none;textShadow=1;" value="HTTPS" vertex="1">
          <mxGeometry height="30" width="60" x="550" y="-444" as="geometry" />
        </mxCell>
-         <mxCell id="ub_tx6bPQbAAc2E0zEvq-14" parent="1" style="rounded=0;whiteSpace=wrap;html=1;" value="Motor Control&lt;br&gt;(Servo and Stepper)" vertex="1">
+         <mxCell id="ub_tx6bPQbAAc2E0zEvq-14" parent="1" style="rounded=0;whiteSpace=wrap;html=1;fontFamily=Times New Roman;fontStyle=1;fontSize=13;labelBackgroundColor=none;textShadow=1;" value="Motor Control&lt;br&gt;(Servo and Stepper)" vertex="1">
          <mxGeometry height="42" width="120" x="547" y="-57" as="geometry" />
        </mxCell>
-         <mxCell id="ub_tx6bPQbAAc2E0zEvq-15" parent="1" style="rounded=0;whiteSpace=wrap;html=1;" value="SPI Slave Mode" vertex="1">
+         <mxCell id="ub_tx6bPQbAAc2E0zEvq-15" parent="1" style="rounded=0;whiteSpace=wrap;html=1;fontFamily=Times New Roman;fontStyle=1;fontSize=13;labelBackgroundColor=none;textShadow=1;" value="SPI Slave Mode" vertex="1">
          <mxGeometry height="42" width="120" x="414.99999999999994" y="-58" as="geometry" />
        </mxCell>
-         <mxCell id="ub_tx6bPQbAAc2E0zEvq-16" parent="1" style="rounded=0;whiteSpace=wrap;html=1;" value="&lt;div&gt;Sensor Polling&lt;/div&gt;&lt;div&gt;(IR and Hall sensors)&lt;/div&gt;" vertex="1">
+         <mxCell id="ub_tx6bPQbAAc2E0zEvq-16" parent="1" style="rounded=0;whiteSpace=wrap;html=1;fontFamily=Times New Roman;fontStyle=1;fontSize=13;labelBackgroundColor=none;textShadow=1;" value="&lt;div&gt;Sensor Polling&lt;/div&gt;&lt;div&gt;(IR and Hall sensors)&lt;/div&gt;" vertex="1">
          <mxGeometry height="42" width="120" x="414.99999999999994" y="102" as="geometry" />
        </mxCell>
-         <mxCell id="ub_tx6bPQbAAc2E0zEvq-17" parent="1" style="rounded=0;whiteSpace=wrap;html=1;" value="Solenoid lock control" vertex="1">
+         <mxCell id="ub_tx6bPQbAAc2E0zEvq-17" parent="1" style="rounded=0;whiteSpace=wrap;html=1;fontFamily=Times New Roman;fontStyle=1;fontSize=13;labelBackgroundColor=none;textShadow=1;" value="Solenoid lock control" vertex="1">
          <mxGeometry height="42" width="120" x="546" y="102" as="geometry" />
        </mxCell>
-         <mxCell id="ub_tx6bPQbAAc2E0zEvq-20" parent="1" style="rounded=1;whiteSpace=wrap;html=1;" value="Solenoid Door Lock" vertex="1">
+         <mxCell id="ub_tx6bPQbAAc2E0zEvq-20" parent="1" style="rounded=1;whiteSpace=wrap;html=1;fontFamily=Times New Roman;fontStyle=1;fontSize=13;labelBackgroundColor=none;textShadow=1;" value="Solenoid Door Lock" vertex="1">
          <mxGeometry height="60" width="120" x="785" y="11.5" as="geometry" />
        </mxCell>
-         <mxCell id="ub_tx6bPQbAAc2E0zEvq-29" edge="1" parent="1" source="ub_tx6bPQbAAc2E0zEvq-21" style="edgeStyle=orthogonalEdgeStyle;rounded=0;orthogonalLoop=1;jettySize=auto;html=1;exitX=0.5;exitY=0;exitDx=0;exitDy=0;entryX=0.5;entryY=1;entryDx=0;entryDy=0;" target="ub_tx6bPQbAAc2E0zEvq-27">
-           <mxGeometry relative="1" as="geometry" />
-         </mxCell>
-         <mxCell id="ub_tx6bPQbAAc2E0zEvq-21" parent="1" style="rounded=1;whiteSpace=wrap;html=1;" value="&lt;div&gt;Motor Drivers&lt;/div&gt;&lt;div&gt;(A4988)&lt;/div&gt;" vertex="1">
+         <mxCell id="ub_tx6bPQbAAc2E0zEvq-29" edge="1" parent="1" source="ub_tx6bPQbAAc2E0zEvq-21" style="edgeStyle=orthogonalEdgeStyle;rounded=0;orthogonalLoop=1;jettySize=auto;html=1;exitX=0.5;exitY=0;exitDx=0;exitDy=0;entryX=0.5;entryY=1;entryDx=0;entryDy=0;fontFamily=Times New Roman;fontStyle=1;fontSize=13;labelBackgroundColor=none;textShadow=1;" target="ub_tx6bPQbAAc2E0zEvq-27">
+           <mxGeometry relative="1" as="geometry" />
+         </mxCell>
+         <mxCell id="ub_tx6bPQbAAc2E0zEvq-21" parent="1" style="rounded=1;whiteSpace=wrap;html=1;fontFamily=Times New Roman;fontStyle=1;fontSize=13;labelBackgroundColor=none;textShadow=1;" value="&lt;div&gt;Motor Drivers&lt;/div&gt;&lt;div&gt;(A4988)&lt;/div&gt;" vertex="1">
          <mxGeometry height="60" width="120" x="717" y="-52" as="geometry" />
        </mxCell>
-         <mxCell id="ub_tx6bPQbAAc2E0zEvq-27" parent="1" style="rounded=1;whiteSpace=wrap;html=1;" value="&lt;div&gt;Stepper Motors&lt;/div&gt;&lt;div&gt;(NEMA Motors)&lt;/div&gt;" vertex="1">
+         <mxCell id="ub_tx6bPQbAAc2E0zEvq-27" parent="1" style="rounded=1;whiteSpace=wrap;html=1;fontFamily=Times New Roman;fontStyle=1;fontSize=13;labelBackgroundColor=none;textShadow=1;" value="&lt;div&gt;Stepper Motors&lt;/div&gt;&lt;div&gt;(NEMA Motors)&lt;/div&gt;" vertex="1">
          <mxGeometry height="60" width="120" x="715" y="-139" as="geometry" />
        </mxCell>
-         <mxCell id="ub_tx6bPQbAAc2E0zEvq-45" edge="1" parent="1" source="E5Vc4qlOW0jQJdsC6d3C-24" style="edgeStyle=orthogonalEdgeStyle;rounded=0;orthogonalLoop=1;jettySize=auto;html=1;exitX=0;exitY=0.75;exitDx=0;exitDy=0;entryX=0;entryY=0.5;entryDx=0;entryDy=0;" target="ub_tx6bPQbAAc2E0zEvq-30">
+         <mxCell id="ub_tx6bPQbAAc2E0zEvq-45" edge="1" parent="1" source="E5Vc4qlOW0jQJdsC6d3C-24" style="edgeStyle=orthogonalEdgeStyle;rounded=0;orthogonalLoop=1;jettySize=auto;html=1;exitX=0;exitY=0.75;exitDx=0;exitDy=0;entryX=0;entryY=0.5;entryDx=0;entryDy=0;fontFamily=Times New Roman;fontStyle=1;fontSize=13;labelBackgroundColor=none;textShadow=1;" target="ub_tx6bPQbAAc2E0zEvq-30">
          <mxGeometry relative="1" as="geometry">
            <Array as="points">
              <mxPoint x="141.99999999999994" y="273" />
              <mxPoint x="141.99999999999994" y="-21" />
            </Array>
          </mxGeometry>
        </mxCell>
-         <mxCell id="ub_tx6bPQbAAc2E0zEvq-30" parent="1" style="rounded=1;whiteSpace=wrap;html=1;" value="Servo Motors&lt;br&gt;(SG90)" vertex="1">
+         <mxCell id="ub_tx6bPQbAAc2E0zEvq-30" parent="1" style="rounded=1;whiteSpace=wrap;html=1;fontFamily=Times New Roman;fontStyle=1;fontSize=13;labelBackgroundColor=none;textShadow=1;" value="Servo Motors&lt;br&gt;(SG90)" vertex="1">
          <mxGeometry height="60" width="120" x="206.99999999999994" y="-51" as="geometry" />
        </mxCell>
-         <mxCell id="ub_tx6bPQbAAc2E0zEvq-43" edge="1" parent="1" source="E5Vc4qlOW0jQJdsC6d3C-24" style="edgeStyle=orthogonalEdgeStyle;rounded=0;orthogonalLoop=1;jettySize=auto;html=1;exitX=0;exitY=0.25;exitDx=0;exitDy=0;entryX=0;entryY=0.5;entryDx=0;entryDy=0;" target="ub_tx6bPQbAAc2E0zEvq-31">
-           <mxGeometry relative="1" as="geometry" />
-         </mxCell>
-         <mxCell id="ub_tx6bPQbAAc2E0zEvq-31" parent="1" style="rounded=1;whiteSpace=wrap;html=1;" value="Hall Sensor&lt;br&gt;(A3144)" vertex="1">
+         <mxCell id="ub_tx6bPQbAAc2E0zEvq-43" edge="1" parent="1" source="E5Vc4qlOW0jQJdsC6d3C-24" style="edgeStyle=orthogonalEdgeStyle;rounded=0;orthogonalLoop=1;jettySize=auto;html=1;exitX=0;exitY=0.25;exitDx=0;exitDy=0;entryX=0;entryY=0.5;entryDx=0;entryDy=0;fontFamily=Times New Roman;fontStyle=1;fontSize=13;labelBackgroundColor=none;textShadow=1;" target="ub_tx6bPQbAAc2E0zEvq-31">
+           <mxGeometry relative="1" as="geometry" />
+         </mxCell>
+         <mxCell id="ub_tx6bPQbAAc2E0zEvq-31" parent="1" style="rounded=1;whiteSpace=wrap;html=1;fontFamily=Times New Roman;fontStyle=1;fontSize=13;labelBackgroundColor=none;textShadow=1;" value="Hall Sensor&lt;br&gt;(A3144)" vertex="1">
          <mxGeometry height="60" width="120" x="203.99999999999994" y="75" as="geometry" />
        </mxCell>
-         <mxCell id="ub_tx6bPQbAAc2E0zEvq-44" edge="1" parent="1" source="E5Vc4qlOW0jQJdsC6d3C-24" style="edgeStyle=orthogonalEdgeStyle;rounded=0;orthogonalLoop=1;jettySize=auto;html=1;exitX=0;exitY=0.5;exitDx=0;exitDy=0;entryX=0;entryY=0.5;entryDx=0;entryDy=0;" target="ub_tx6bPQbAAc2E0zEvq-32">
+         <mxCell id="ub_tx6bPQbAAc2E0zEvq-44" edge="1" parent="1" source="E5Vc4qlOW0jQJdsC6d3C-24" style="edgeStyle=orthogonalEdgeStyle;rounded=0;orthogonalLoop=1;jettySize=auto;html=1;exitX=0;exitY=0.5;exitDx=0;exitDy=0;entryX=0;entryY=0.5;entryDx=0;entryDy=0;fontFamily=Times New Roman;fontStyle=1;fontSize=13;labelBackgroundColor=none;textShadow=1;" target="ub_tx6bPQbAAc2E0zEvq-32">
          <mxGeometry relative="1" as="geometry">
            <Array as="points">
              <mxPoint x="163.99999999999994" y="258" />
              <mxPoint x="163.99999999999994" y="42" />
              <mxPoint x="205.99999999999994" y="42" />
            </Array>
          </mxGeometry>
        </mxCell>
-         <mxCell id="ub_tx6bPQbAAc2E0zEvq-32" parent="1" style="rounded=1;whiteSpace=wrap;html=1;" value="IR Sensor Pairs" vertex="1">
+         <mxCell id="ub_tx6bPQbAAc2E0zEvq-32" parent="1" style="rounded=1;whiteSpace=wrap;html=1;fontFamily=Times New Roman;fontStyle=1;fontSize=13;labelBackgroundColor=none;textShadow=1;" value="IR Sensor Pairs" vertex="1">
          <mxGeometry height="60" width="120" x="205.99999999999994" y="11.5" as="geometry" />
        </mxCell>
-         <mxCell id="LeAnnW7A5j2esEQeNNGv-1" parent="1" style="text;html=1;whiteSpace=wrap;strokeColor=none;fillColor=none;align=center;verticalAlign=middle;rounded=0;" value="Level Shifting" vertex="1">
+         <mxCell id="LeAnnW7A5j2esEQeNNGv-1" parent="1" style="text;html=1;whiteSpace=wrap;strokeColor=none;fillColor=none;align=center;verticalAlign=middle;rounded=0;fontFamily=Times New Roman;fontStyle=1;fontSize=13;labelBackgroundColor=none;textShadow=1;" value="Level Shifting" vertex="1">
          <mxGeometry height="30" width="85" x="325.99999999999994" y="15" as="geometry" />
        </mxCell>
-         <mxCell id="LeAnnW7A5j2esEQeNNGv-2" parent="1" style="text;html=1;whiteSpace=wrap;strokeColor=none;fillColor=none;align=center;verticalAlign=middle;rounded=0;" value="5V to 3.3V" vertex="1">
-           <mxGeometry height="30" width="60" x="338.49999999999994" y="37" as="geometry" />
-         </mxCell>
-         <mxCell id="3yzsLYypy8BireBofEtp-6" edge="1" parent="1" source="LeAnnW7A5j2esEQeNNGv-3" style="edgeStyle=orthogonalEdgeStyle;rounded=0;orthogonalLoop=1;jettySize=auto;html=1;exitX=1;exitY=0.5;exitDx=0;exitDy=0;entryX=0;entryY=0.5;entryDx=0;entryDy=0;" target="ub_tx6bPQbAAc2E0zEvq-20">
-           <mxGeometry relative="1" as="geometry" />
-         </mxCell>
-         <mxCell id="LeAnnW7A5j2esEQeNNGv-3" parent="1" style="rounded=1;whiteSpace=wrap;html=1;" value="MOSFET Driver" vertex="1">
+         <mxCell id="LeAnnW7A5j2esEQeNNGv-2" parent="1" style="text;html=1;whiteSpace=wrap;strokeColor=none;fillColor=none;align=center;verticalAlign=middle;rounded=0;fontFamily=Times New Roman;fontStyle=1;fontSize=13;labelBackgroundColor=none;textShadow=1;" value="5V to 3.3V" vertex="1">
+           <mxGeometry height="30" width="76.5" x="328" y="39" as="geometry" />
+         </mxCell>
+         <mxCell id="3yzsLYypy8BireBofEtp-6" edge="1" parent="1" source="LeAnnW7A5j2esEQeNNGv-3" style="edgeStyle=orthogonalEdgeStyle;rounded=0;orthogonalLoop=1;jettySize=auto;html=1;exitX=1;exitY=0.5;exitDx=0;exitDy=0;entryX=0;entryY=0.5;entryDx=0;entryDy=0;fontFamily=Times New Roman;fontStyle=1;fontSize=13;labelBackgroundColor=none;textShadow=1;" target="ub_tx6bPQbAAc2E0zEvq-20">
+           <mxGeometry relative="1" as="geometry" />
+         </mxCell>
+         <mxCell id="LeAnnW7A5j2esEQeNNGv-3" parent="1" style="rounded=1;whiteSpace=wrap;html=1;fontFamily=Times New Roman;fontStyle=1;fontSize=13;labelBackgroundColor=none;textShadow=1;" value="MOSFET Driver" vertex="1">
          <mxGeometry height="60" width="58" x="715" y="11.5" as="geometry" />
        </mxCell>
-         <mxCell id="3yzsLYypy8BireBofEtp-3" edge="1" parent="1" source="3yzsLYypy8BireBofEtp-1" style="edgeStyle=orthogonalEdgeStyle;rounded=0;orthogonalLoop=1;jettySize=auto;html=1;" target="ub_tx6bPQbAAc2E0zEvq-27" value="">
-           <mxGeometry relative="1" as="geometry" />
-         </mxCell>
-         <mxCell id="3yzsLYypy8BireBofEtp-4" edge="1" parent="1" source="3yzsLYypy8BireBofEtp-1" style="edgeStyle=orthogonalEdgeStyle;rounded=0;orthogonalLoop=1;jettySize=auto;html=1;exitX=0.25;exitY=1;exitDx=0;exitDy=0;entryX=1;entryY=0.5;entryDx=0;entryDy=0;" target="ub_tx6bPQbAAc2E0zEvq-21">
-           <mxGeometry relative="1" as="geometry" />
-         </mxCell>
-         <mxCell id="3yzsLYypy8BireBofEtp-7" edge="1" parent="1" source="3yzsLYypy8BireBofEtp-1" style="edgeStyle=orthogonalEdgeStyle;rounded=0;orthogonalLoop=1;jettySize=auto;html=1;exitX=0.5;exitY=1;exitDx=0;exitDy=0;entryX=1;entryY=0.5;entryDx=0;entryDy=0;" target="ub_tx6bPQbAAc2E0zEvq-20">
-           <mxGeometry relative="1" as="geometry" />
-         </mxCell>
-         <mxCell id="3yzsLYypy8BireBofEtp-8" edge="1" parent="1" source="3yzsLYypy8BireBofEtp-1" style="edgeStyle=orthogonalEdgeStyle;rounded=0;orthogonalLoop=1;jettySize=auto;html=1;exitX=0.75;exitY=1;exitDx=0;exitDy=0;entryX=1;entryY=0.5;entryDx=0;entryDy=0;" target="E5Vc4qlOW0jQJdsC6d3C-24">
-           <mxGeometry relative="1" as="geometry" />
-         </mxCell>
-         <mxCell id="3yzsLYypy8BireBofEtp-1" parent="1" style="rounded=1;whiteSpace=wrap;html=1;" value="&lt;div&gt;Reverse Polarity Protection&lt;/div&gt;&lt;div&gt;(P-MOSFET)&lt;/div&gt;" vertex="1">
-           <mxGeometry height="60" width="120" x="883" y="-139" as="geometry" />
+         <mxCell id="DyQRGeZsXbvgGfZXNQhn-4" edge="1" parent="1" source="3yzsLYypy8BireBofEtp-1" style="edgeStyle=orthogonalEdgeStyle;rounded=0;orthogonalLoop=1;jettySize=auto;html=1;exitX=0;exitY=0.5;exitDx=0;exitDy=0;fontFamily=Times New Roman;fontStyle=1;fontSize=13;labelBackgroundColor=none;textShadow=1;" target="E5Vc4qlOW0jQJdsC6d3C-24">
+           <mxGeometry relative="1" as="geometry" />
+         </mxCell>
+         <mxCell id="3yzsLYypy8BireBofEtp-1" parent="1" style="rounded=1;whiteSpace=wrap;html=1;fontFamily=Times New Roman;fontStyle=1;fontSize=13;labelBackgroundColor=none;textShadow=1;" value="&lt;div&gt;Reverse Polarity Protection&lt;/div&gt;&lt;div&gt;(12V, 5A)&lt;/div&gt;" vertex="1">
+           <mxGeometry height="60" width="120" x="665" y="228" as="geometry" />
        </mxCell>
      </root>
    </mxGraphModel>
  </diagram>
</mxfile>
